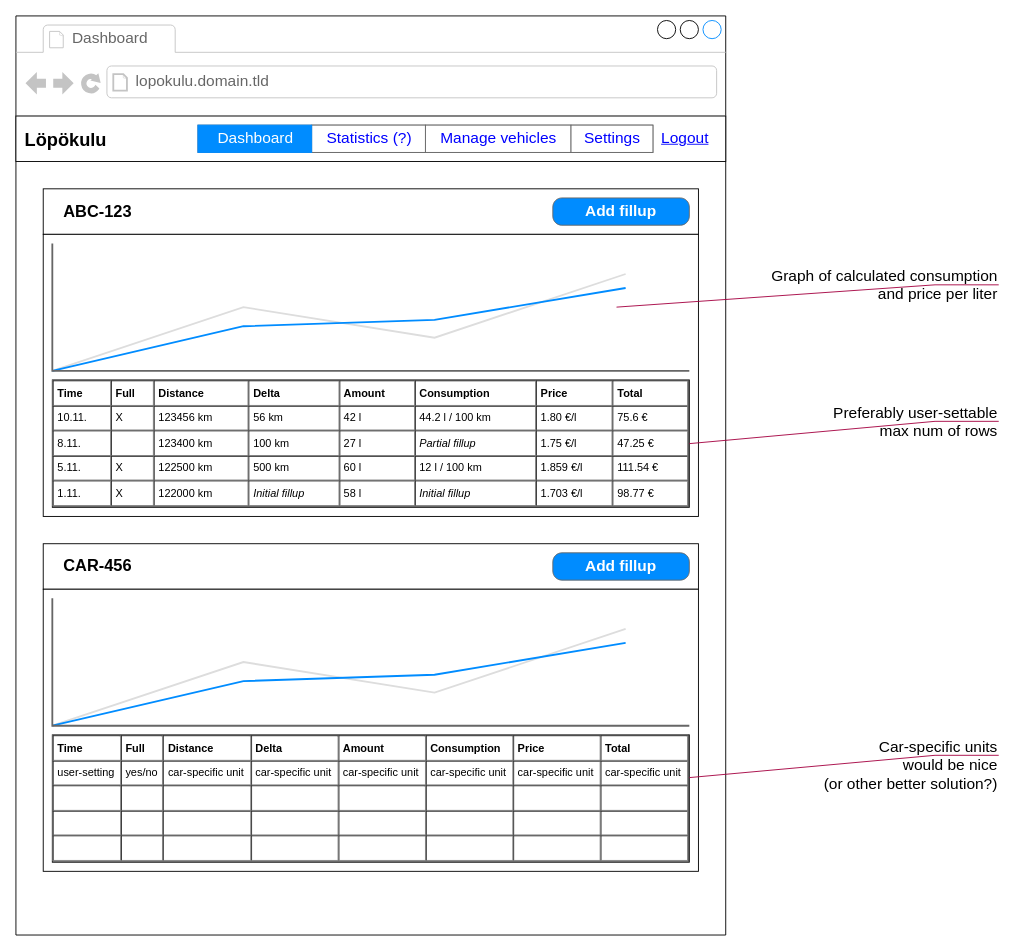
Before: documentation/ui/WF-dashboard-mockup.drawio in mtijas/lopokulu, a draw.io diagram. Source tidied: cells renumbered, new cells numbered last; positions are measured from the earlier drawing's top-left corner, leaving out a move shared by most shapes. Both pictures are drawn from the tidied source at 91%, with x=0, y=0 at pixel (15, 15).
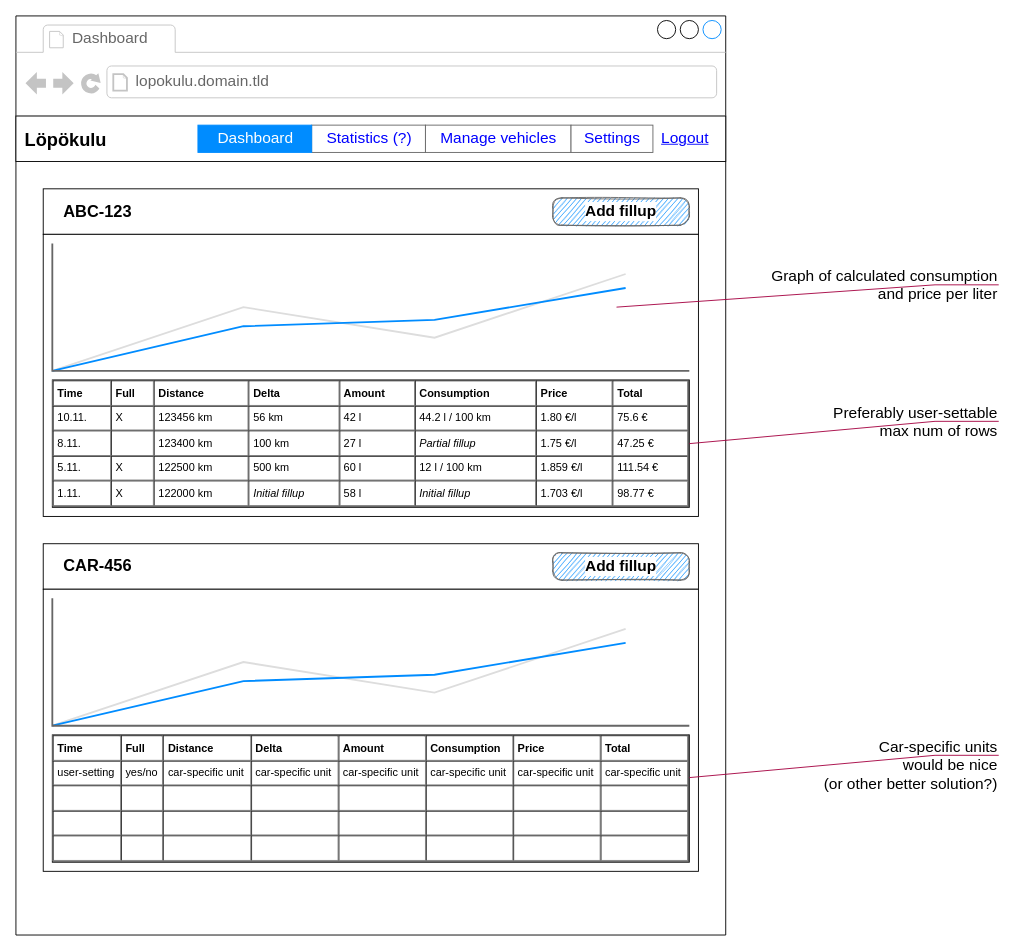
The same diagram, later.

Commit message (it also covers changes not shown here):
Sketchifies wf-dashboard-mockup

The change refers to these unchanged cells:
```xml
<mxCell id="3" style="group;" parent="2" vertex="1">
  <mxGeometry x="30" y="580" width="720" height="360" as="geometry" />
</mxCell>
<mxCell id="13" style="group;" parent="2" vertex="1">
  <mxGeometry x="30" y="190" width="720" height="360" as="geometry" />
</mxCell>
```

What changed in the source:
```diff
@@
-    <mxCell id="5" value="Add fillup" style="strokeWidth=1;shadow=0;dashed=0;align=center;html=1;shape=mxgraph.mockup.buttons.button;strokeColor=#666666;fontColor=#ffffff;mainText=;buttonStyle=round;fontSize=17;fontStyle=1;fillColor=#008cff;whiteSpace=wrap;" parent="3" vertex="1">
+    <mxCell id="5" value="Add fillup" style="strokeWidth=1;shadow=0;dashed=0;align=center;html=1;shape=mxgraph.mockup.buttons.button;strokeColor=#666666;mainText=;buttonStyle=round;fontSize=17;fontStyle=1;fillColor=#008cff;whiteSpace=wrap;labelBackgroundColor=#ffffff;sketch=1;" parent="3" vertex="1">
       <mxGeometry x="560" y="10" width="150" height="30" as="geometry" />
     </mxCell>
@@
-    <mxCell id="15" value="Add fillup" style="strokeWidth=1;shadow=0;dashed=0;align=center;html=1;shape=mxgraph.mockup.buttons.button;strokeColor=#666666;fontColor=#ffffff;mainText=;buttonStyle=round;fontSize=17;fontStyle=1;fillColor=#008cff;whiteSpace=wrap;" parent="13" vertex="1">
+    <mxCell id="15" value="Add fillup" style="strokeWidth=1;shadow=0;dashed=0;align=center;html=1;shape=mxgraph.mockup.buttons.button;strokeColor=#666666;mainText=;buttonStyle=round;fontSize=17;fontStyle=1;fillColor=#008cff;whiteSpace=wrap;sketch=1;labelBackgroundColor=#ffffff;" parent="13" vertex="1">
       <mxGeometry x="560" y="10" width="150" height="30" as="geometry" />
     </mxCell>
@@
-    <mxCell id="25" style="strokeWidth=1;shadow=0;dashed=0;align=center;html=1;shape=mxgraph.mockup.text.rrect;rSize=0;strokeColor=#666666;fontColor=#000000;gradientColor=none;" parent="1" vertex="1">
+    <mxCell id="25" style="strokeWidth=1;shadow=0;dashed=0;align=center;html=1;shape=mxgraph.mockup.text.rrect;rSize=0;strokeColor=#666666;fontColor=#000000;gradientColor=none;sketch=1;" parent="1" vertex="1">
       <mxGeometry x="200" y="120" width="500" height="30" as="geometry" />
     </mxCell>
@@
-    <mxCell id="29" value="Dashboard" style="strokeWidth=1;shadow=0;dashed=0;align=center;html=1;shape=mxgraph.mockup.text.rrect;rSize=0;fontSize=17;fontColor=#ffffff;fillColor=#008cff;strokeColor=#008cff;" parent="25" vertex="1">
+    <mxCell id="29" value="Dashboard" style="strokeWidth=1;shadow=0;dashed=0;align=center;html=1;shape=mxgraph.mockup.text.rrect;rSize=0;fontSize=17;fontColor=#ffffff;fillColor=#008cff;strokeColor=#008cff;sketch=0;" parent="25" vertex="1">
       <mxGeometry width="125" height="30" as="geometry" />
     </mxCell>
```
